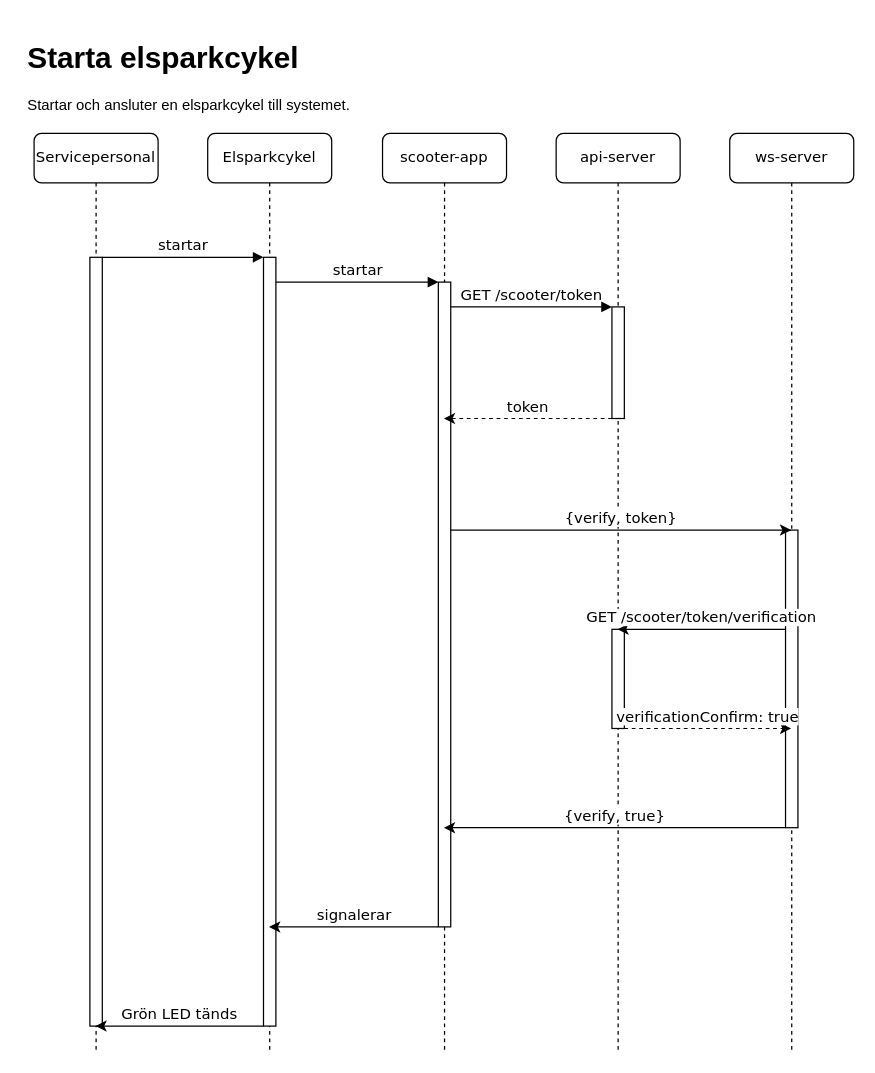
Above: sequence-diagram1.drawio in best-scooter/sds (draw.io), before the change. Source tidied: cells renumbered, new cells numbered last; positions are measured from the earlier drawing's top-left corner, leaving out a move shared by most shapes. Both pictures are drawn from the tidied source at 124%, with x=0, y=0 at pixel (21, 33).
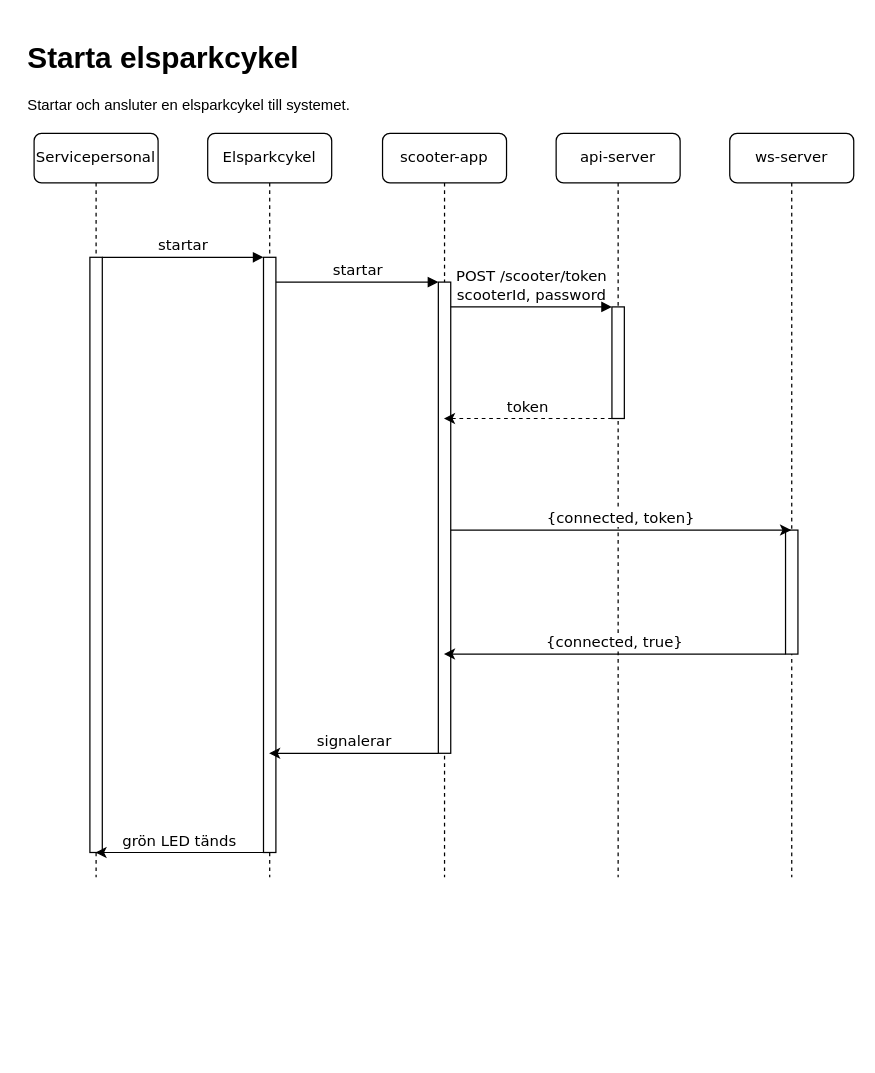
After the change.

Unchanged cells that the change refers to:
```xml
<mxCell id="13" style="html=1;points=[];perimeter=orthogonalPerimeter;rounded=0;shadow=0;comic=0;labelBackgroundColor=none;strokeWidth=1;fontFamily=Verdana;fontSize=12;align=center;" parent="1" vertex="1">
  <mxGeometry x="476" y="220" width="10" height="90" as="geometry" />
</mxCell>
```

Diff of the diagram source:
```diff
@@
     <mxCell id="2" value="Elsparkcykel" style="shape=umlLifeline;perimeter=lifelinePerimeter;whiteSpace=wrap;html=1;outlineConnect=0;rounded=1;shadow=0;comic=0;labelBackgroundColor=none;strokeWidth=1;fontFamily=Verdana;fontSize=12;align=center;" parent="1" vertex="1">
-      <mxGeometry x="150" y="80" width="100" height="740" as="geometry" />
+      <mxGeometry x="150" y="80" width="100" height="600" as="geometry" />
     </mxCell>
     <mxCell id="3" style="html=1;points=[];perimeter=orthogonalPerimeter;rounded=0;shadow=0;comic=0;labelBackgroundColor=none;strokeWidth=1;fontFamily=Verdana;fontSize=12;align=center;" parent="2" vertex="1">
-      <mxGeometry x="45" y="100" width="10" height="620" as="geometry" />
+      <mxGeometry x="45" y="100" width="10" height="480" as="geometry" />
     </mxCell>
     <mxCell id="4" value="scooter-app" style="shape=umlLifeline;perimeter=lifelinePerimeter;whiteSpace=wrap;html=1;outlineConnect=0;rounded=1;shadow=0;comic=0;labelBackgroundColor=none;strokeWidth=1;fontFamily=Verdana;fontSize=12;align=center;" parent="1" vertex="1">
-      <mxGeometry x="291" y="80" width="100" height="740" as="geometry" />
+      <mxGeometry x="291" y="80" width="100" height="600" as="geometry" />
     </mxCell>
     <mxCell id="5" style="html=1;points=[];perimeter=orthogonalPerimeter;rounded=0;shadow=0;comic=0;labelBackgroundColor=none;strokeWidth=1;fontFamily=Verdana;fontSize=12;align=center;" parent="4" vertex="1">
-      <mxGeometry x="45" y="120" width="10" height="520" as="geometry" />
+      <mxGeometry x="45" y="120" width="10" height="380" as="geometry" />
     </mxCell>
     <mxCell id="6" value="api-server" style="shape=umlLifeline;perimeter=lifelinePerimeter;whiteSpace=wrap;html=1;outlineConnect=0;rounded=1;shadow=0;comic=0;labelBackgroundColor=none;strokeWidth=1;fontFamily=Verdana;fontSize=12;align=center;" parent="1" vertex="1">
-      <mxGeometry x="431" y="80" width="100" height="740" as="geometry" />
+      <mxGeometry x="431" y="80" width="100" height="600" as="geometry" />
     </mxCell>
-    <mxCell id="7" style="html=1;points=[[0,0,0,0,5],[0,1,0,0,-5],[1,0,0,0,5],[1,1,0,0,-5]];perimeter=orthogonalPerimeter;outlineConnect=0;targetShapes=umlLifeline;portConstraint=eastwest;newEdgeStyle={&quot;curved&quot;:0,&quot;rounded&quot;:0};" parent="6" vertex="1">
-      <mxGeometry x="45" y="400" width="10" height="80" as="geometry" />
-    </mxCell>
     <mxCell id="8" value="ws-server" style="shape=umlLifeline;perimeter=lifelinePerimeter;whiteSpace=wrap;html=1;outlineConnect=0;rounded=1;shadow=0;comic=0;labelBackgroundColor=none;strokeWidth=1;fontFamily=Verdana;fontSize=12;align=center;" parent="1" vertex="1">
-      <mxGeometry x="571" y="80" width="100" height="740" as="geometry" />
+      <mxGeometry x="571" y="80" width="100" height="600" as="geometry" />
     </mxCell>
     <mxCell id="9" style="html=1;points=[[0,0,0,0,5],[0,1,0,0,-5],[1,0,0,0,5],[1,1,0,0,-5]];perimeter=orthogonalPerimeter;outlineConnect=0;targetShapes=umlLifeline;portConstraint=eastwest;newEdgeStyle={&quot;curved&quot;:0,&quot;rounded&quot;:0};" parent="8" vertex="1">
-      <mxGeometry x="45" y="320" width="10" height="240" as="geometry" />
+      <mxGeometry x="45" y="320" width="10" height="100" as="geometry" />
     </mxCell>
     <mxCell id="10" value="Servicepersonal" style="shape=umlLifeline;perimeter=lifelinePerimeter;whiteSpace=wrap;html=1;outlineConnect=0;rounded=1;shadow=0;comic=0;labelBackgroundColor=none;strokeWidth=1;fontFamily=Verdana;fontSize=12;align=center;" parent="1" vertex="1">
-      <mxGeometry x="10" y="80" width="100" height="740" as="geometry" />
+      <mxGeometry x="10" y="80" width="100" height="600" as="geometry" />
     </mxCell>
     <mxCell id="11" style="html=1;points=[];perimeter=orthogonalPerimeter;rounded=0;shadow=0;comic=0;labelBackgroundColor=none;strokeWidth=1;fontFamily=Verdana;fontSize=12;align=center;" parent="10" vertex="1">
-      <mxGeometry x="45" y="100" width="10" height="620" as="geometry" />
+      <mxGeometry x="45" y="100" width="10" height="480" as="geometry" />
     </mxCell>
@@
-    <mxCell id="14" value="GET /scooter/token" style="html=1;verticalAlign=bottom;endArrow=block;labelBackgroundColor=none;fontFamily=Verdana;fontSize=12;edgeStyle=elbowEdgeStyle;elbow=vertical;" parent="1" edge="1" source="5" target="13">
+    <mxCell id="14" value="POST /scooter/token&lt;br&gt;scooterId, password" style="html=1;verticalAlign=bottom;endArrow=block;labelBackgroundColor=none;fontFamily=Verdana;fontSize=12;edgeStyle=elbowEdgeStyle;elbow=vertical;" parent="1" edge="1" source="5" target="13">
       <mxGeometry relative="1" as="geometry">
         <Array as="points">
           <mxPoint x="351" y="220" />
         </Array>
       </mxGeometry>
     </mxCell>
@@
-    <mxCell id="17" value="{verify, token}" style="edgeStyle=orthogonalEdgeStyle;rounded=0;jettySize=auto;html=1;align=center;labelPosition=center;verticalLabelPosition=top;verticalAlign=bottom;fontFamily=Verdana;fontSize=12;" parent="1" edge="1" source="5" target="8">
+    <mxCell id="17" value="{connected, token}" style="edgeStyle=orthogonalEdgeStyle;rounded=0;jettySize=auto;html=1;align=center;labelPosition=center;verticalLabelPosition=top;verticalAlign=bottom;fontFamily=Verdana;fontSize=12;" parent="1" edge="1" source="5" target="8">
       <mxGeometry relative="1" as="geometry">
         <Array as="points">
           <mxPoint x="541" y="400" />
           <mxPoint x="541" y="400" />
         </Array>
       </mxGeometry>
     </mxCell>
-    <mxCell id="18" value="{verify, true}" style="edgeStyle=orthogonalEdgeStyle;rounded=0;jettySize=auto;html=1;curved=0;labelPosition=center;verticalLabelPosition=top;align=center;verticalAlign=bottom;fontFamily=Verdana;fontSize=12;" parent="1" edge="1" source="9" target="4">
+    <mxCell id="18" value="{connected, true}" style="edgeStyle=orthogonalEdgeStyle;rounded=0;jettySize=auto;html=1;curved=0;labelPosition=center;verticalLabelPosition=top;align=center;verticalAlign=bottom;fontFamily=Verdana;fontSize=12;" parent="1" edge="1" source="9" target="4">
       <mxGeometry relative="1" as="geometry">
         <Array as="points">
-          <mxPoint x="481" y="640" />
-          <mxPoint x="481" y="640" />
+          <mxPoint x="480" y="500" />
+          <mxPoint x="480" y="500" />
         </Array>
       </mxGeometry>
     </mxCell>
-    <mxCell id="19" value="GET /scooter/token/verification" style="edgeStyle=orthogonalEdgeStyle;rounded=0;jettySize=auto;html=1;curved=0;fontFamily=Verdana;fontSize=12;labelPosition=center;verticalLabelPosition=top;align=center;verticalAlign=bottom;" parent="1" edge="1" source="9" target="6">
-      <mxGeometry relative="1" as="geometry">
-        <Array as="points">
-          <mxPoint x="601" y="480" />
-          <mxPoint x="601" y="480" />
-        </Array>
-      </mxGeometry>
-    </mxCell>
-    <mxCell id="20" value="verificationConfirm: true" style="edgeStyle=orthogonalEdgeStyle;rounded=0;jettySize=auto;html=1;curved=0;dashed=1;labelPosition=center;verticalLabelPosition=top;align=center;verticalAlign=bottom;fontSize=12;fontFamily=Verdana;" parent="1" edge="1" source="7" target="8">
-      <mxGeometry relative="1" as="geometry">
-        <Array as="points">
-          <mxPoint x="561" y="560" />
-          <mxPoint x="561" y="560" />
-        </Array>
-      </mxGeometry>
-    </mxCell>
     <mxCell id="21" value="signalerar" style="edgeStyle=orthogonalEdgeStyle;rounded=0;jettySize=auto;html=1;fontSize=12;fontFamily=Verdana;labelPosition=center;verticalLabelPosition=top;align=center;verticalAlign=bottom;" parent="1" edge="1" source="5" target="2">
       <mxGeometry relative="1" as="geometry">
         <Array as="points">
-          <mxPoint x="270" y="720" />
-          <mxPoint x="270" y="720" />
+          <mxPoint x="260" y="580" />
+          <mxPoint x="260" y="580" />
         </Array>
       </mxGeometry>
     </mxCell>
-    <mxCell id="22" value="Grön LED tänds" style="edgeStyle=orthogonalEdgeStyle;rounded=0;jettySize=auto;html=1;fontFamily=Verdana;fontSize=12;labelPosition=center;verticalLabelPosition=top;align=center;verticalAlign=bottom;" parent="1" edge="1" source="3" target="10">
+    <mxCell id="22" value="grön LED tänds" style="edgeStyle=orthogonalEdgeStyle;rounded=0;jettySize=auto;html=1;fontFamily=Verdana;fontSize=12;labelPosition=center;verticalLabelPosition=top;align=center;verticalAlign=bottom;" parent="1" edge="1" source="3" target="10">
       <mxGeometry relative="1" as="geometry">
         <Array as="points">
-          <mxPoint x="170" y="800" />
-          <mxPoint x="170" y="800" />
+          <mxPoint x="120" y="660" />
+          <mxPoint x="120" y="660" />
         </Array>
       </mxGeometry>
     </mxCell>
```
